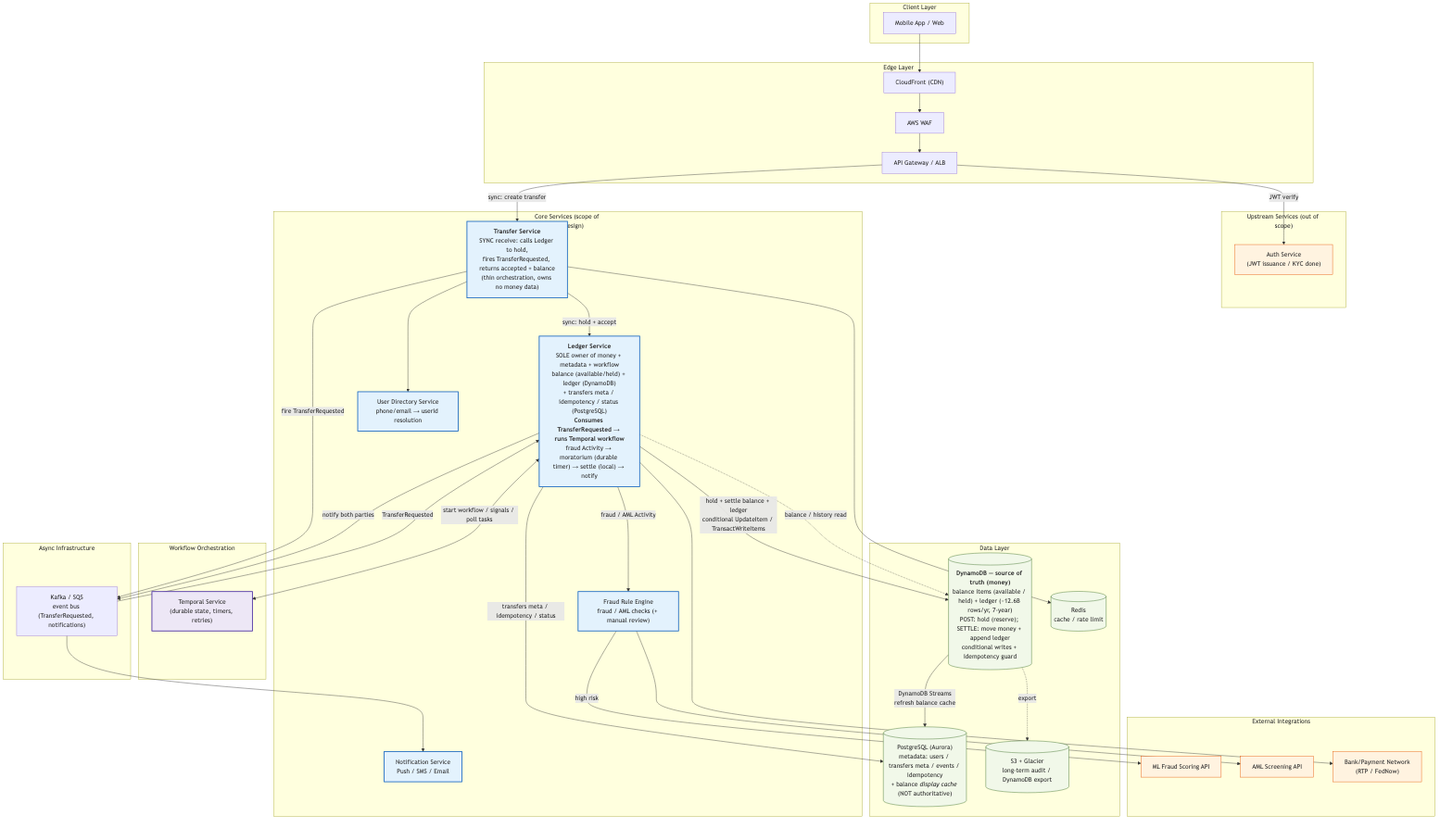
Above: 1-p2p-transaction/architecture-overview.png in masayukitanaka/system-designs (Mermaid), before the change. Its source is kept beside it as 1-p2p-transaction/diagrams/architecture-overview.mmd.
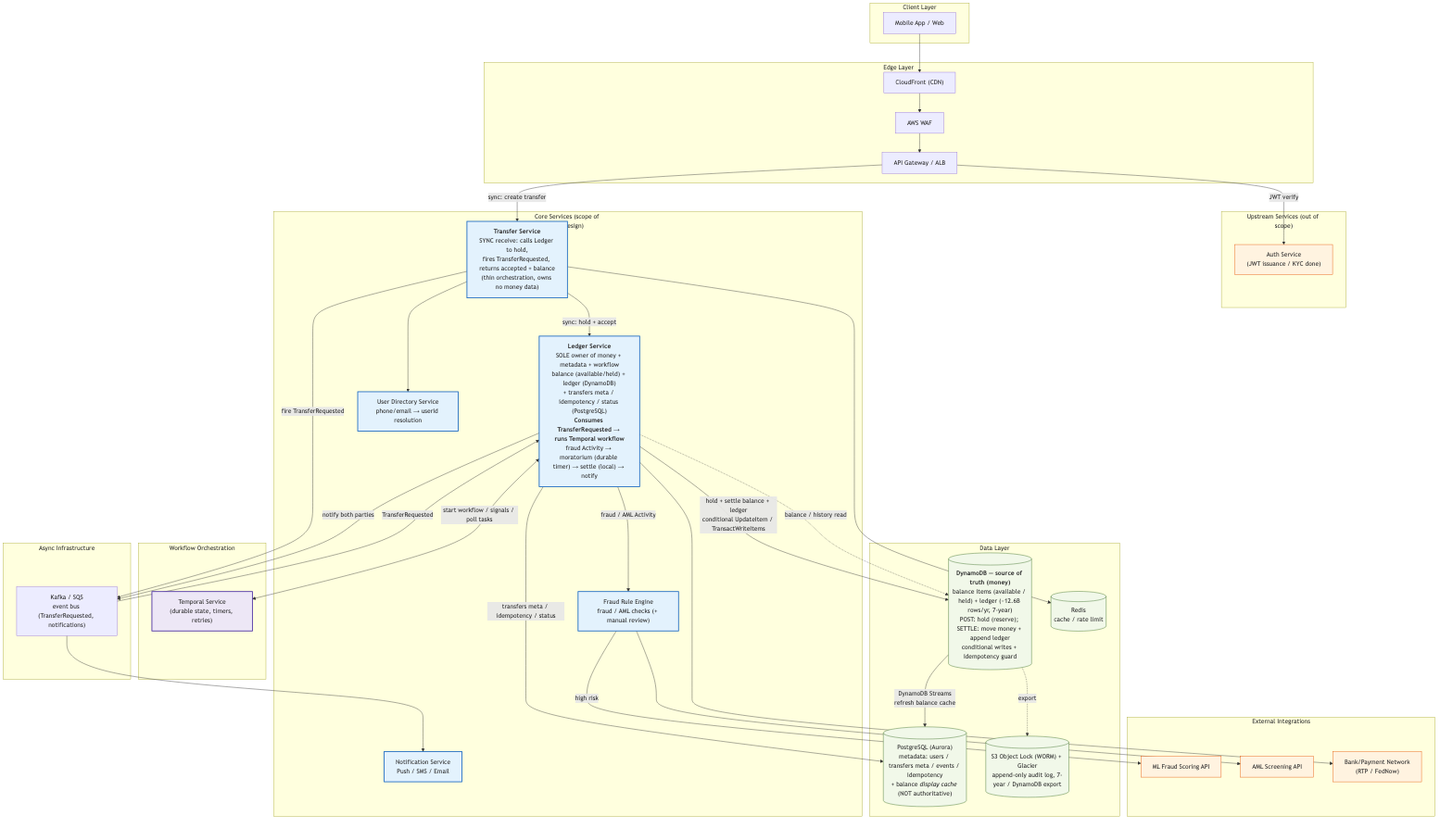
Later version of the same file.

Change to the diagram source:
```diff
@@ -33,7 +33,7 @@
         DDB[("<b>DynamoDB — 正 (金額)</b><br/>残高アイテム (available / held) + 台帳 (約126億行/年, 7年)<br/>POST: hold(予約); SETTLE: 送金 + 台帳追記<br/>条件付き書込 + 冪等ガード")]
         LEDGERDB[("PostgreSQL (Aurora)<br/>メタデータ: users / transfersメタ / events / idempotency<br/>+ 残高<i>表示キャッシュ</i> (正ではない)")]
         CACHE[("Redis<br/>キャッシュ / レート制限")]
-        ARCHIVE[("S3 + Glacier<br/>監査長期保管 / DynamoDBエクスポート")]
+        ARCHIVE[("S3 Object Lock (WORM) + Glacier<br/>追記専用 監査ログ, 7年 / DynamoDBエクスポート")]
     end
 
     subgraph External["外部連携"]
```
